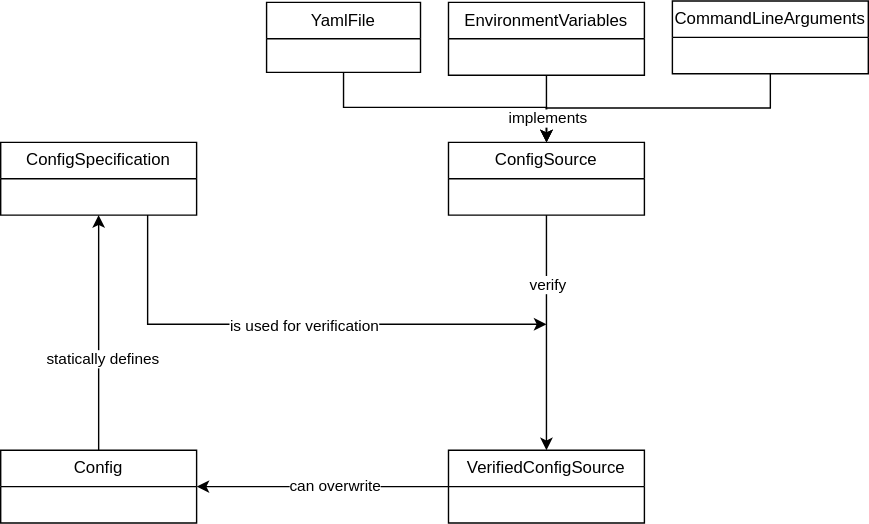
This is doc/config.svg from GenSpectrum/LAPIS-SILO, a draw.io export, as it was before one commit. Source tidied: cells renumbered, new cells last; positions are measured from the earlier drawing's top-left corner, leaving out a move shared by most shapes.
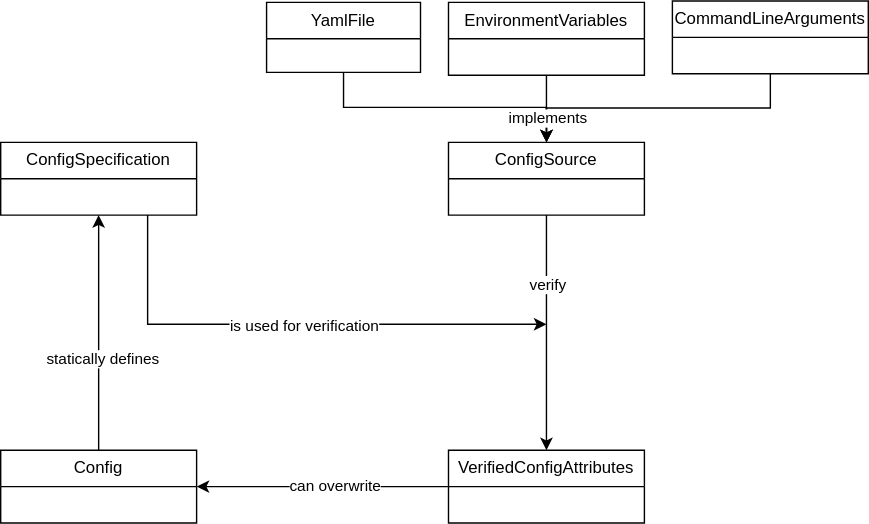
Later version of the same file.

What changed in the source:
```diff
@@ -17,7 +17,7 @@
     <mxCell id="6" value="can overwrite" style="edgeLabel;html=1;align=center;verticalAlign=middle;" parent="5" vertex="1">
       <mxGeometry x="-0.09" relative="1" as="geometry" />
     </mxCell>
-    <mxCell id="7" value="VerifiedConfigSource" style="swimlane;fontStyle=0;horizontal=1;startSize=26;fillColor=none;whiteSpace=wrap;html=1;" parent="1" vertex="1">
+    <mxCell id="7" value="VerifiedConfigAttributes" style="swimlane;fontStyle=0;horizontal=1;startSize=26;fillColor=none;whiteSpace=wrap;html=1;" parent="1" vertex="1">
       <mxGeometry x="320" y="321" width="140" height="52" as="geometry" />
     </mxCell>
     <mxCell id="8" style="edgeStyle=orthogonalEdgeStyle;rounded=0;jettySize=auto;html=1;exitX=0.75;exitY=1;exitDx=0;exitDy=0;" parent="1" edge="1" source="10">
```
